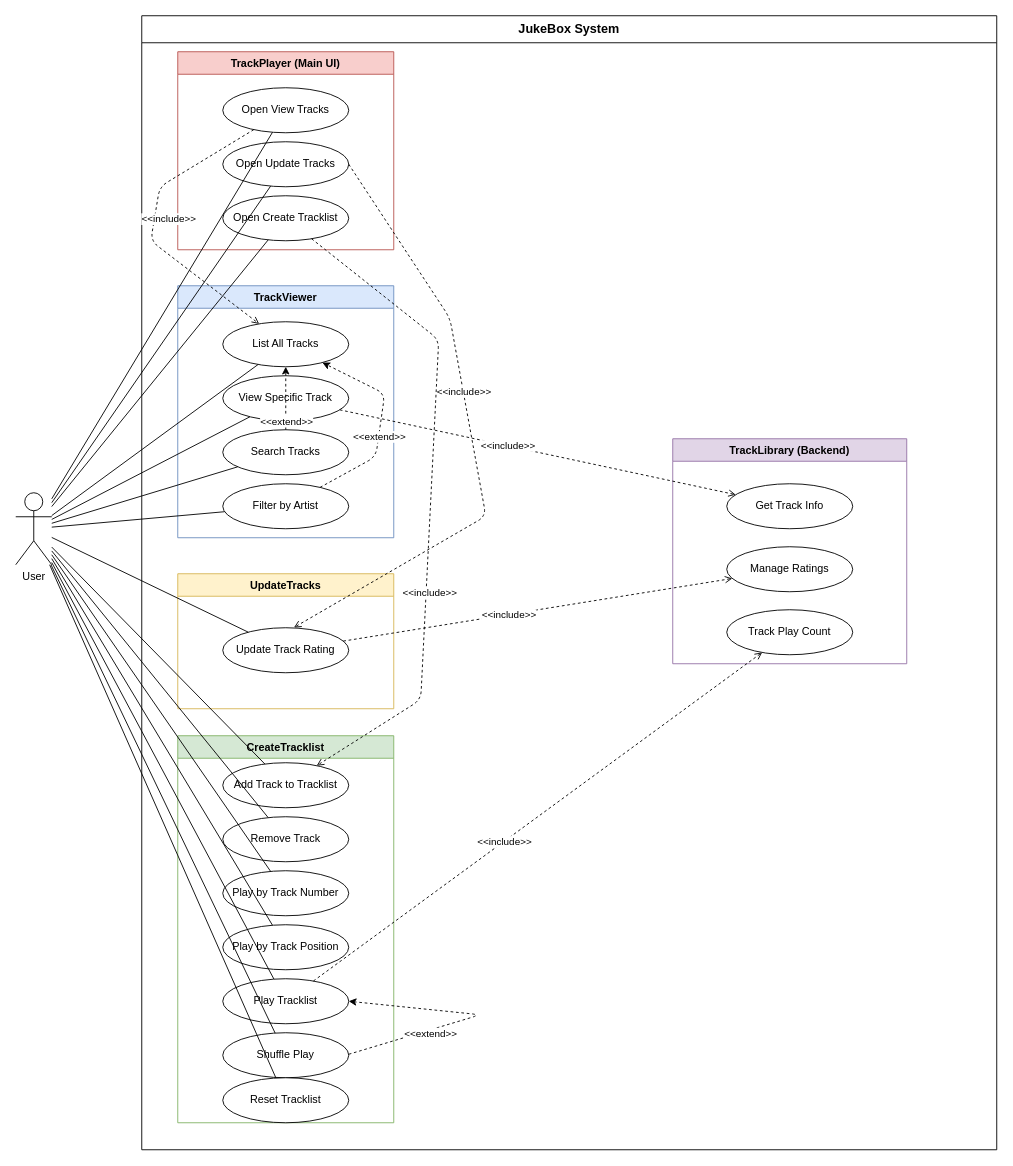
Earlier version of the draw.io diagram usecase-2.drawio (peterpool-dasherz/oop-new). Source tidied: cells renumbered, new cells numbered last; positions are measured from the earlier drawing's top-left corner, leaving out a move shared by most shapes. Both pictures are drawn from the tidied source at 90%, with x=0, y=0 at pixel (15, 15).
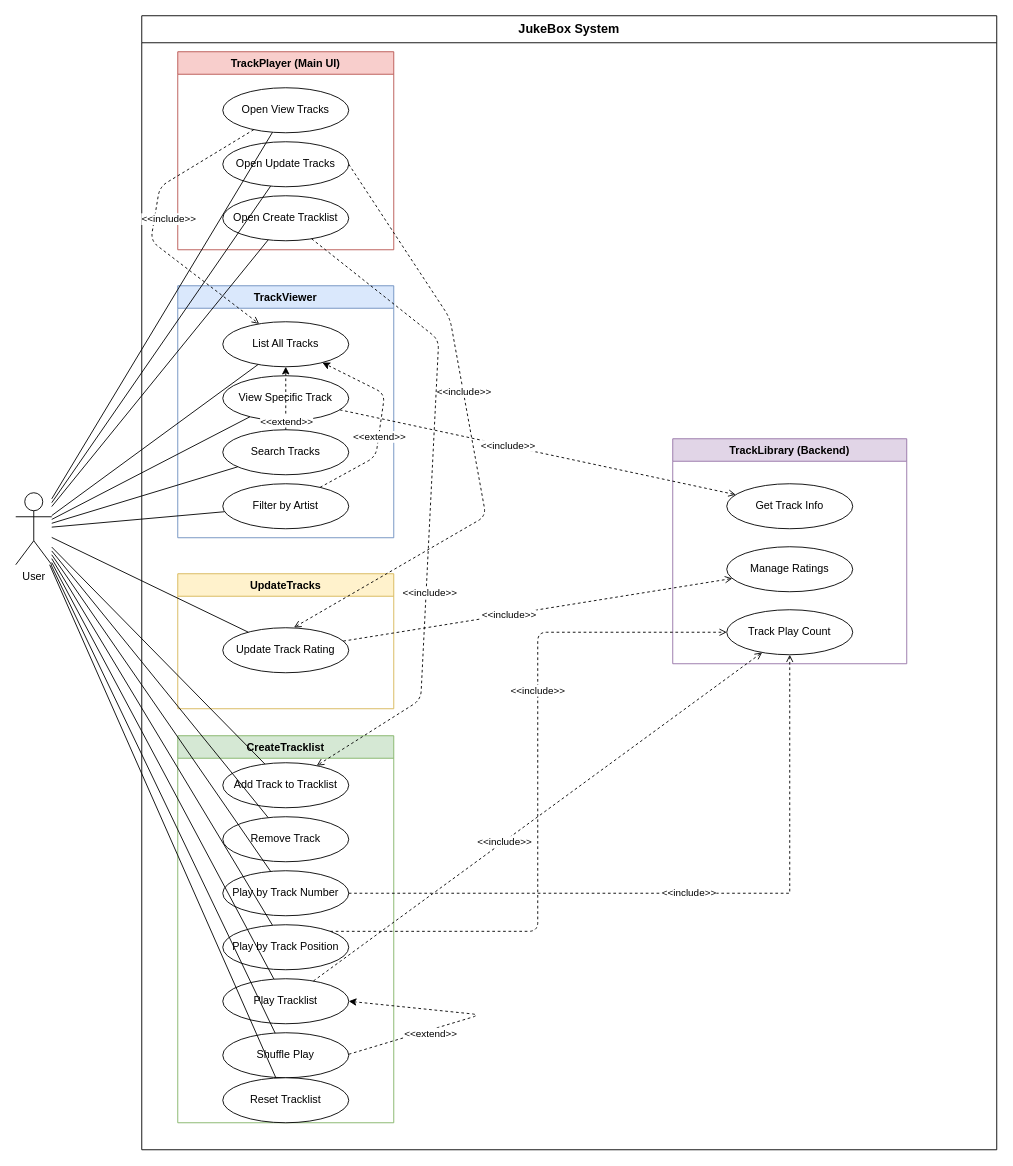
The same diagram, later.

Commit message:
Updated "Play by Track Number" and "Play by Track Position" to "Increment Play Count"

The change refers to these unchanged cells:
```xml
<mxCell id="3" value="JukeBox System" style="swimlane;whiteSpace=wrap;html=1;startSize=30;fontSize=14;fontStyle=1;" parent="1" vertex="1">
  <mxGeometry x="140" width="950" height="1260" as="geometry" />
</mxCell>
<mxCell id="18" value="Play by Track Number" style="ellipse;whiteSpace=wrap;html=1;" parent="15" vertex="1">
  <mxGeometry x="50" y="150" width="140" height="50" as="geometry" />
</mxCell>
<mxCell id="19" value="Play by Track Position" style="ellipse;whiteSpace=wrap;html=1;" parent="15" vertex="1">
  <mxGeometry x="50" y="210" width="140" height="50" as="geometry" />
</mxCell>
<mxCell id="26" value="Track Play Count" style="ellipse;whiteSpace=wrap;html=1;" parent="23" vertex="1">
  <mxGeometry x="60" y="190" width="140" height="50" as="geometry" />
</mxCell>
```

Change to the diagram source:
```diff
@@
+    <mxCell id="60" value="&amp;lt;&amp;lt;include&amp;gt;&amp;gt;" style="edgeStyle=orthogonalEdgeStyle;rounded=0;jettySize=auto;html=1;exitX=1;exitY=0.5;exitDx=0;exitDy=0;entryX=0.5;entryY=1;entryDx=0;entryDy=0;dashed=1;endArrow=open;endFill=0;" parent="3" edge="1" source="18" target="26">
+      <mxGeometry relative="1" as="geometry" />
+    </mxCell>
+    <mxCell id="61" style="edgeStyle=orthogonalEdgeStyle;rounded=1;jettySize=auto;html=1;exitX=1;exitY=0;exitDx=0;exitDy=0;entryX=0;entryY=0.5;entryDx=0;entryDy=0;curved=0;dashed=1;endArrow=open;endFill=0;" parent="3" edge="1" source="19" target="26">
+      <mxGeometry relative="1" as="geometry" />
+    </mxCell>
+    <mxCell id="62" value="&amp;lt;&amp;lt;include&amp;gt;&amp;gt;" style="edgeLabel;html=1;align=center;verticalAlign=middle;" parent="61" vertex="1">
+      <mxGeometry x="0.29" y="1" relative="1" as="geometry" />
+    </mxCell>
```
